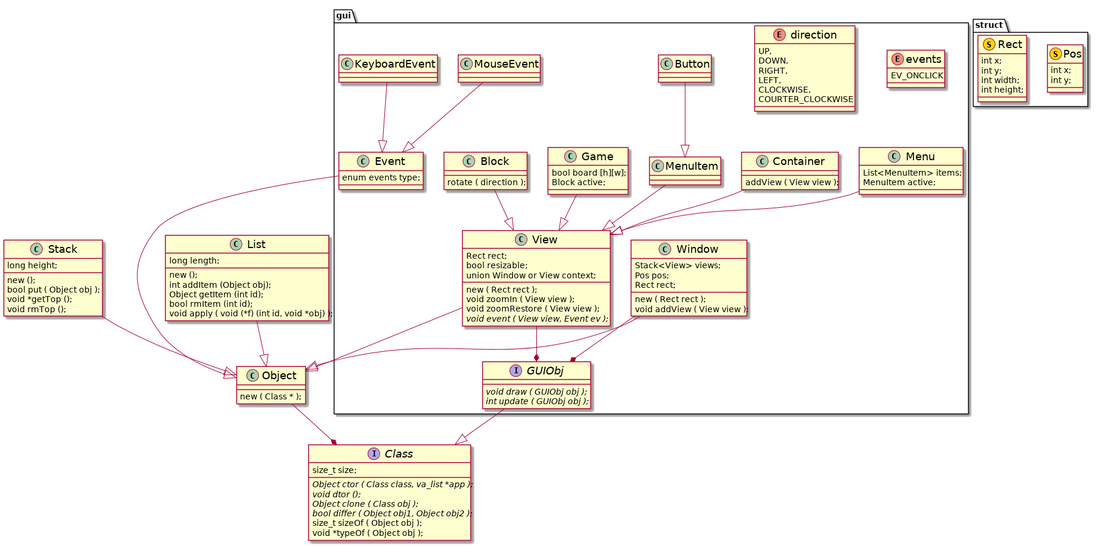
The PlantUML diagram docs/classes.png in binary-b/c-tetris, before a commit.
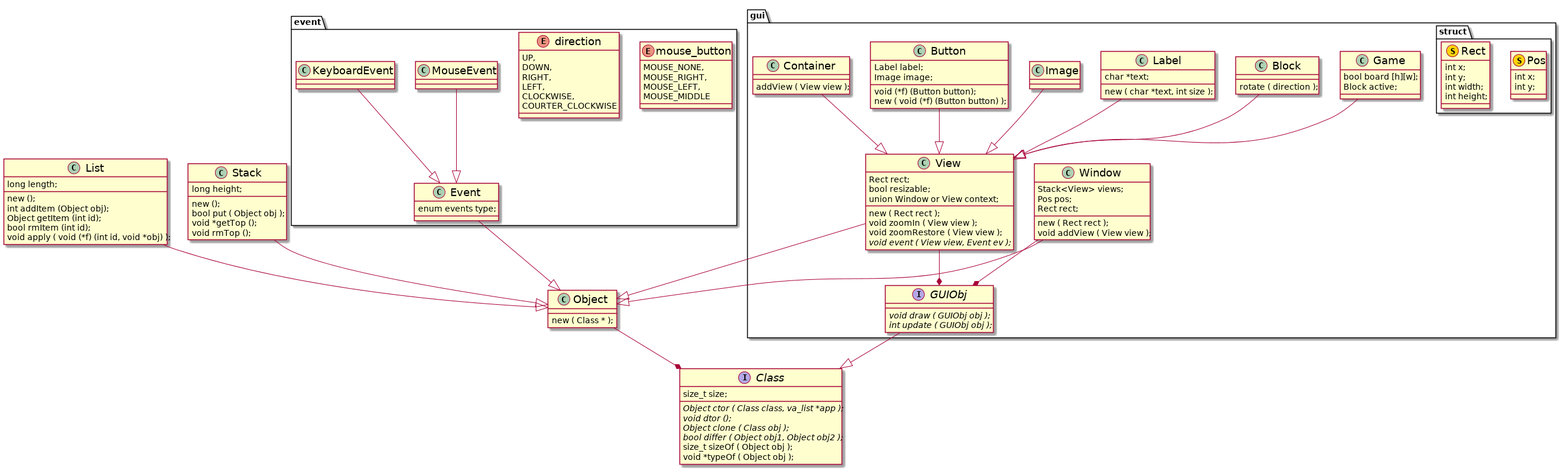
After the commit.

Change to the diagram source:
```diff
@@ -4,18 +4,6 @@
 skinparam classFontSize 18
 skinparam defaultFontSize 14
 
-package "struct" {
-	class Pos <<(S,#fcd40a)>> {
-		int x;
-		int y;
-	}
-	class Rect <<(S,#fcd40a)>> {
-		int x;
-		int y;
-		int width;
-		int height;
-	}
-}
 interface Class {
 	size_t size;
 	{abstract} Object ctor ( Class class, va_list *app );
@@ -45,9 +33,12 @@
 	void rmTop ();
 }
 
-package gui {
-	enum events {
-		EV_ONCLICK
+package event {
+	enum mouse_button {
+		MOUSE_NONE,
+		MOUSE_RIGHT,
+		MOUSE_LEFT,
+		MOUSE_MIDDLE
 	}
 	enum direction {
 		UP,
@@ -61,8 +52,23 @@
 		enum events type;
 	}
 	class MouseEvent {
+
 	}
 	class KeyboardEvent {
+	}
+}
+package gui {
+	package "struct" {
+		class Pos <<(S,#fcd40a)>> {
+			int x;
+			int y;
+		}
+		class Rect <<(S,#fcd40a)>> {
+			int x;
+			int y;
+			int width;
+			int height;
+		}
 	}
 
 	interface GUIObj {
@@ -85,15 +91,21 @@
 		void zoomRestore ( View view );
 		{abstract} void event ( View view, Event ev );
 	}
-	class Menu {
-		List<MenuItem> items;
-		MenuItem active;
+	class Label {
+		char *text;
+		new ( char *text, int size );
+	}
+	class Image {
+	}
+	class Button {
+		Label label;
+		Image image;
+		void (*f) (Button button);
+		new ( void (*f) (Button button) );
 	}
 	class Container {
 		addView ( View view );
 	}
-	class MenuItem
-	class Button
 	class Game {
 		bool board [h][w];
 		Block active;
@@ -119,12 +131,12 @@
 View --* GUIObj
 View --|> Object
 
-Menu --|> View
 Game --|> View
 Block --|> View
-MenuItem --|> View
 Container	--|> View
 
-Button --|> MenuItem
+Label --|> View
+Button --|> View
+Image --|> View
 
 @enduml
```
